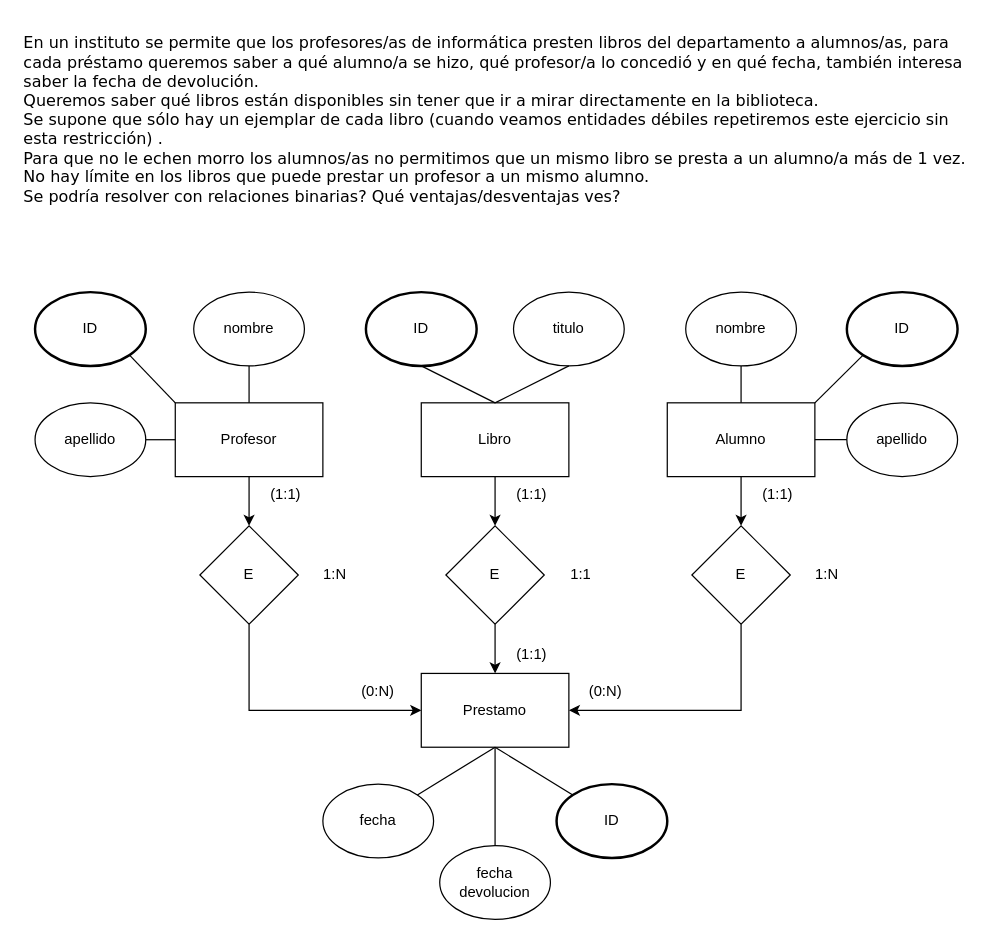
Before: drawio/Ejer3.drawio in DiEgOfercri/Modelos-BBDD, a draw.io diagram. Source tidied: cells renumbered, new cells numbered last; positions are measured from the earlier drawing's top-left corner, leaving out a move shared by most shapes. Both pictures are drawn from the tidied source at 123%, with x=0, y=0 at pixel (21, 21).
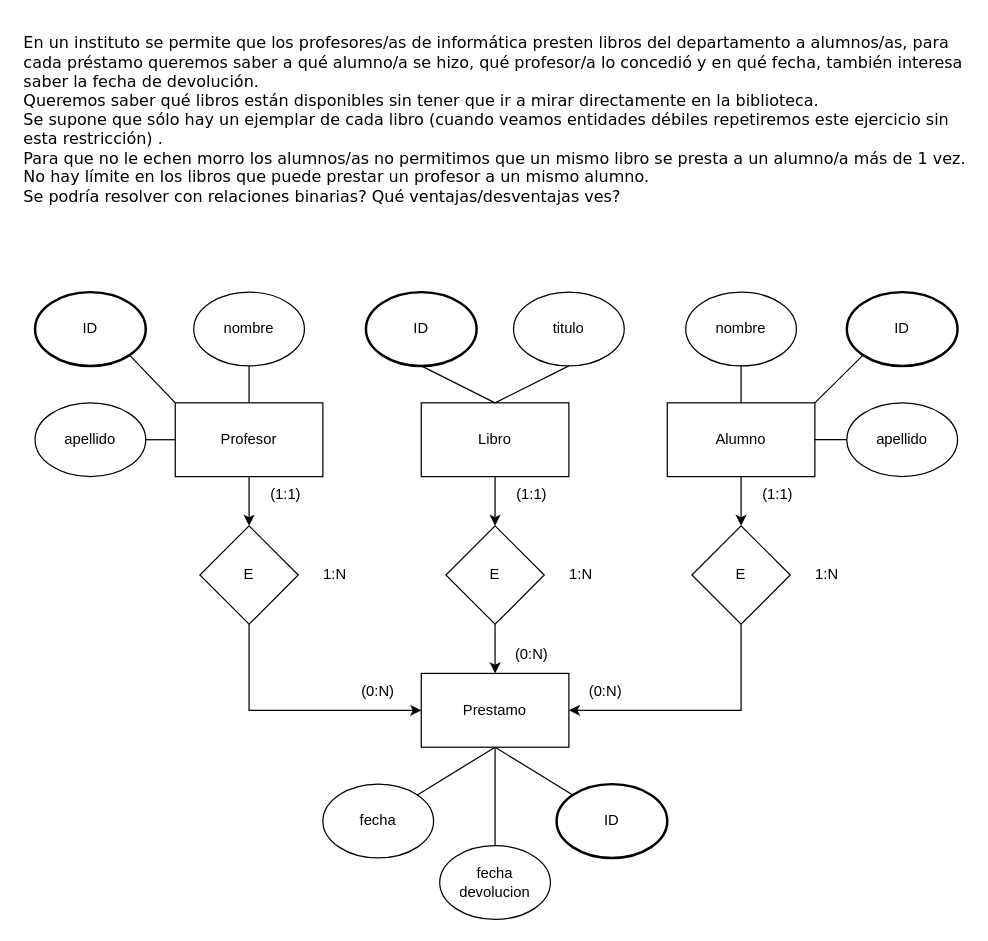
Above is the later version.

The edit, as a diff of the source:
```diff
@@
-    <mxCell id="38" value="(1:1)" style="text;html=1;strokeColor=none;fillColor=none;align=center;verticalAlign=middle;whiteSpace=wrap;rounded=0;" parent="1" vertex="1">
+    <mxCell id="38" value="(0:N)" style="text;html=1;strokeColor=none;fillColor=none;align=center;verticalAlign=middle;whiteSpace=wrap;rounded=0;" parent="1" vertex="1">
       <mxGeometry x="385" y="500" width="60" height="30" as="geometry" />
     </mxCell>
@@
-    <mxCell id="40" value="1:1" style="text;html=1;strokeColor=none;fillColor=none;align=center;verticalAlign=middle;whiteSpace=wrap;rounded=0;" parent="1" vertex="1">
+    <mxCell id="40" value="1:N" style="text;html=1;strokeColor=none;fillColor=none;align=center;verticalAlign=middle;whiteSpace=wrap;rounded=0;" parent="1" vertex="1">
       <mxGeometry x="425" y="435" width="60" height="30" as="geometry" />
     </mxCell>
```
